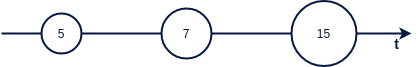
The draw.io diagram img/compteur.png in oliv37/prometheus-article, before a commit. Source tidied: cells renumbered, new cells last; positions are measured from the earlier drawing's top-left corner, leaving out a move shared by most shapes. The source it was exported from:
```xml
<mxGraphModel>
  <root>
    <mxCell id="0" />
    <mxCell id="1" parent="0" />
    <mxCell id="2" style="endArrow=classic;html=1;rounded=0;strokeColor=#051742;strokeWidth=2;fontSize=10;fontColor=#051742;startArrow=none;" parent="1" edge="1" source="6">
      <mxGeometry relative="1" as="geometry">
        <mxPoint x="410" y="32" as="targetPoint" />
      </mxGeometry>
    </mxCell>
    <mxCell id="3" value="&lt;font style=&quot;font-size: 14px;&quot;&gt;t&lt;/font&gt;" style="text;html=1;align=center;verticalAlign=middle;fillColor=none;strokeColor=none;rounded=0;strokeWidth=2;fontSize=10;fontColor=#051742;fontStyle=1;" parent="1" vertex="1">
      <mxGeometry x="380" y="27" width="30" height="30" as="geometry" />
    </mxCell>
    <mxCell id="4" value="5" style="ellipse;whiteSpace=wrap;html=1;strokeColor=#051742;strokeWidth=2;fontSize=12;fontColor=#051742;" parent="1" vertex="1">
      <mxGeometry x="40" y="12" width="40" height="40" as="geometry" />
    </mxCell>
    <mxCell id="5" style="endArrow=none;html=1;rounded=0;strokeColor=#051742;strokeWidth=2;fontSize=10;fontColor=#051742;" parent="1" edge="1" target="4">
      <mxGeometry relative="1" as="geometry">
        <mxPoint y="32" as="sourcePoint" />
      </mxGeometry>
    </mxCell>
    <mxCell id="6" value="7" style="ellipse;whiteSpace=wrap;html=1;strokeColor=#051742;strokeWidth=2;fontSize=12;fontColor=#051742;" parent="1" vertex="1">
      <mxGeometry x="160" y="7" width="50" height="50" as="geometry" />
    </mxCell>
    <mxCell id="7" style="endArrow=none;html=1;rounded=0;strokeColor=#051742;strokeWidth=2;fontSize=10;fontColor=#051742;startArrow=none;" parent="1" edge="1" source="4" target="6">
      <mxGeometry relative="1" as="geometry" />
    </mxCell>
    <mxCell id="8" value="15" style="ellipse;whiteSpace=wrap;html=1;strokeColor=#051742;strokeWidth=2;fontSize=12;fontColor=#051742;" parent="1" vertex="1">
      <mxGeometry x="290" y="-0.5" width="65" height="65" as="geometry" />
    </mxCell>
  </root>
</mxGraphModel>
```
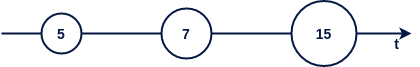
After the commit.

Change to the diagram source:
```diff
@@ -10,7 +10,7 @@
     <mxCell id="3" value="&lt;font style=&quot;font-size: 14px;&quot;&gt;t&lt;/font&gt;" style="text;html=1;align=center;verticalAlign=middle;fillColor=none;strokeColor=none;rounded=0;strokeWidth=2;fontSize=10;fontColor=#051742;fontStyle=1;" parent="1" vertex="1">
       <mxGeometry x="380" y="27" width="30" height="30" as="geometry" />
     </mxCell>
-    <mxCell id="4" value="5" style="ellipse;whiteSpace=wrap;html=1;strokeColor=#051742;strokeWidth=2;fontSize=12;fontColor=#051742;" parent="1" vertex="1">
+    <mxCell id="4" value="&lt;font style=&quot;font-size: 14px;&quot;&gt;&lt;b&gt;5&lt;/b&gt;&lt;/font&gt;" style="ellipse;whiteSpace=wrap;html=1;strokeColor=#051742;strokeWidth=2;fontSize=12;fontColor=#051742;" parent="1" vertex="1">
       <mxGeometry x="40" y="12" width="40" height="40" as="geometry" />
     </mxCell>
     <mxCell id="5" style="endArrow=none;html=1;rounded=0;strokeColor=#051742;strokeWidth=2;fontSize=10;fontColor=#051742;" parent="1" edge="1" target="4">
@@ -18,13 +18,13 @@
         <mxPoint y="32" as="sourcePoint" />
       </mxGeometry>
     </mxCell>
-    <mxCell id="6" value="7" style="ellipse;whiteSpace=wrap;html=1;strokeColor=#051742;strokeWidth=2;fontSize=12;fontColor=#051742;" parent="1" vertex="1">
+    <mxCell id="6" value="&lt;font style=&quot;font-size: 14px;&quot;&gt;&lt;b&gt;7&lt;/b&gt;&lt;/font&gt;" style="ellipse;whiteSpace=wrap;html=1;strokeColor=#051742;strokeWidth=2;fontSize=12;fontColor=#051742;" parent="1" vertex="1">
       <mxGeometry x="160" y="7" width="50" height="50" as="geometry" />
     </mxCell>
     <mxCell id="7" style="endArrow=none;html=1;rounded=0;strokeColor=#051742;strokeWidth=2;fontSize=10;fontColor=#051742;startArrow=none;" parent="1" edge="1" source="4" target="6">
       <mxGeometry relative="1" as="geometry" />
     </mxCell>
-    <mxCell id="8" value="15" style="ellipse;whiteSpace=wrap;html=1;strokeColor=#051742;strokeWidth=2;fontSize=12;fontColor=#051742;" parent="1" vertex="1">
+    <mxCell id="8" value="&lt;b&gt;&lt;font style=&quot;font-size: 14px;&quot;&gt;15&lt;/font&gt;&lt;/b&gt;" style="ellipse;whiteSpace=wrap;html=1;strokeColor=#051742;strokeWidth=2;fontSize=12;fontColor=#051742;" parent="1" vertex="1">
       <mxGeometry x="290" y="-0.5" width="65" height="65" as="geometry" />
     </mxCell>
   </root>
```
